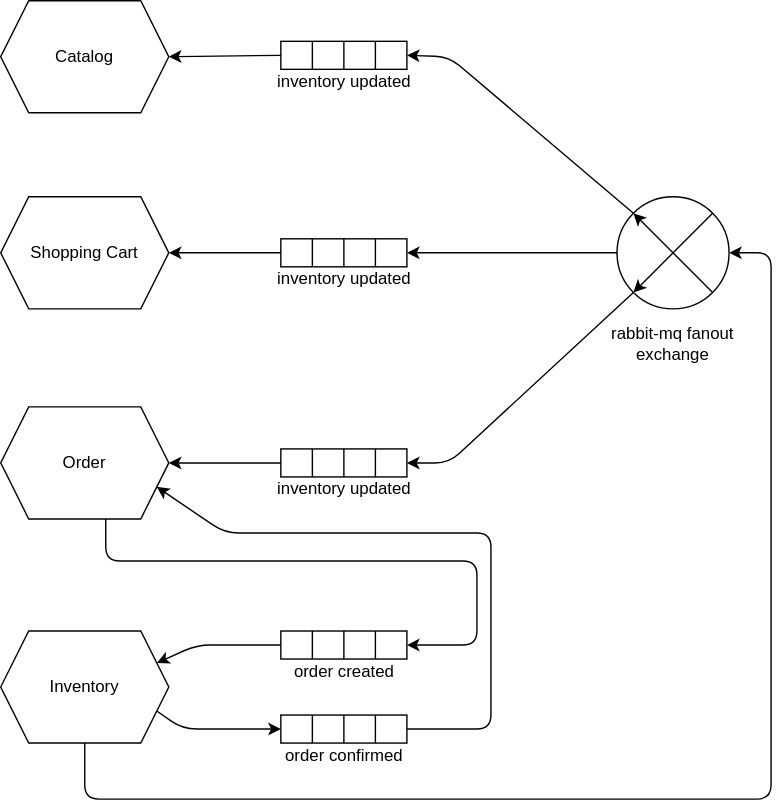
Before: hld/service-communication.svg, a diagram exported from draw.io (rd-raven/stirzz-design). Source tidied: cells renumbered, new cells last; positions are measured from the earlier drawing's top-left corner, leaving out a move shared by most shapes. Source of this version:
```xml
<mxGraphModel>
  <root>
    <mxCell id="0" />
    <mxCell id="1" parent="0" />
    <mxCell id="2" value="Catalog" style="shape=hexagon;perimeter=hexagonPerimeter2;whiteSpace=wrap;html=1;fixedSize=1;" parent="1" vertex="1">
      <mxGeometry width="120" height="80" as="geometry" />
    </mxCell>
    <mxCell id="3" value="Shopping Cart" style="shape=hexagon;perimeter=hexagonPerimeter2;whiteSpace=wrap;html=1;fixedSize=1;" parent="1" vertex="1">
      <mxGeometry y="140" width="120" height="80" as="geometry" />
    </mxCell>
    <mxCell id="4" value="Order" style="shape=hexagon;perimeter=hexagonPerimeter2;whiteSpace=wrap;html=1;fixedSize=1;" parent="1" vertex="1">
      <mxGeometry y="290" width="120" height="80" as="geometry" />
    </mxCell>
    <mxCell id="5" style="edgeStyle=none;html=1;exitX=1;exitY=0.75;exitDx=0;exitDy=0;entryX=0;entryY=0.5;entryDx=0;entryDy=0;" parent="1" edge="1" source="7" target="17">
      <mxGeometry relative="1" as="geometry">
        <Array as="points">
          <mxPoint x="130" y="520" />
        </Array>
      </mxGeometry>
    </mxCell>
    <mxCell id="6" style="edgeStyle=none;html=1;exitX=0.5;exitY=1;exitDx=0;exitDy=0;entryX=0;entryY=0.5;entryDx=0;entryDy=0;" parent="1" edge="1" source="7" target="50">
      <mxGeometry relative="1" as="geometry">
        <Array as="points">
          <mxPoint x="60" y="570" />
          <mxPoint x="550" y="570" />
          <mxPoint x="550" y="180" />
        </Array>
      </mxGeometry>
    </mxCell>
    <mxCell id="7" value="Inventory" style="shape=hexagon;perimeter=hexagonPerimeter2;whiteSpace=wrap;html=1;fixedSize=1;" parent="1" vertex="1">
      <mxGeometry y="450" width="120" height="80" as="geometry" />
    </mxCell>
    <mxCell id="8" style="group;" parent="1" vertex="1">
      <mxGeometry x="200" y="450" width="90" height="34" as="geometry" />
    </mxCell>
    <mxCell id="9" style="group;" parent="8" vertex="1">
      <mxGeometry width="90" height="20" as="geometry" />
    </mxCell>
    <mxCell id="10" style="rounded=0;whiteSpace=wrap;html=1;fillColor=none;" parent="9" vertex="1">
      <mxGeometry width="90" height="20" as="geometry" />
    </mxCell>
    <mxCell id="11" style="endArrow=none;html=1;rounded=0;entryX=0.25;entryY=0;entryDx=0;entryDy=0;exitX=0.25;exitY=1;exitDx=0;exitDy=0;" parent="9" edge="1" source="10" target="10">
      <mxGeometry relative="1" as="geometry" />
    </mxCell>
    <mxCell id="12" style="endArrow=none;html=1;rounded=0;entryX=0.5;entryY=0;entryDx=0;entryDy=0;exitX=0.5;exitY=1;exitDx=0;exitDy=0;" parent="9" edge="1" source="10" target="10">
      <mxGeometry relative="1" as="geometry" />
    </mxCell>
    <mxCell id="13" style="endArrow=none;html=1;rounded=0;entryX=0.75;entryY=0;entryDx=0;entryDy=0;exitX=0.75;exitY=1;exitDx=0;exitDy=0;" parent="9" edge="1" source="10" target="10">
      <mxGeometry relative="1" as="geometry" />
    </mxCell>
    <mxCell id="14" value="order created" style="text;html=1;strokeColor=none;fillColor=none;align=center;verticalAlign=middle;whiteSpace=wrap;rounded=0;" parent="8" vertex="1">
      <mxGeometry x="7.5" y="24" width="75" height="10" as="geometry" />
    </mxCell>
    <mxCell id="15" style="group;" parent="1" vertex="1">
      <mxGeometry x="198.5" y="510" width="92.5" height="34" as="geometry" />
    </mxCell>
    <mxCell id="16" style="group;" parent="15" vertex="1">
      <mxGeometry x="1.5" width="90" height="20" as="geometry" />
    </mxCell>
    <mxCell id="17" style="rounded=0;whiteSpace=wrap;html=1;fillColor=none;" parent="16" vertex="1">
      <mxGeometry width="90" height="20" as="geometry" />
    </mxCell>
    <mxCell id="18" style="endArrow=none;html=1;rounded=0;entryX=0.25;entryY=0;entryDx=0;entryDy=0;exitX=0.25;exitY=1;exitDx=0;exitDy=0;" parent="16" edge="1" source="17" target="17">
      <mxGeometry relative="1" as="geometry" />
    </mxCell>
    <mxCell id="19" style="endArrow=none;html=1;rounded=0;entryX=0.5;entryY=0;entryDx=0;entryDy=0;exitX=0.5;exitY=1;exitDx=0;exitDy=0;" parent="16" edge="1" source="17" target="17">
      <mxGeometry relative="1" as="geometry" />
    </mxCell>
    <mxCell id="20" style="endArrow=none;html=1;rounded=0;entryX=0.75;entryY=0;entryDx=0;entryDy=0;exitX=0.75;exitY=1;exitDx=0;exitDy=0;" parent="16" edge="1" source="17" target="17">
      <mxGeometry relative="1" as="geometry" />
    </mxCell>
    <mxCell id="21" value="order confirmed" style="text;html=1;strokeColor=none;fillColor=none;align=center;verticalAlign=middle;whiteSpace=wrap;rounded=0;" parent="15" vertex="1">
      <mxGeometry y="24" width="92.5" height="10" as="geometry" />
    </mxCell>
    <mxCell id="22" style="edgeStyle=none;html=1;exitX=0;exitY=0.5;exitDx=0;exitDy=0;entryX=1;entryY=0.25;entryDx=0;entryDy=0;" parent="1" edge="1" source="10" target="7">
      <mxGeometry relative="1" as="geometry">
        <Array as="points">
          <mxPoint x="140" y="460" />
        </Array>
      </mxGeometry>
    </mxCell>
    <mxCell id="23" style="edgeStyle=none;html=1;exitX=1;exitY=0.5;exitDx=0;exitDy=0;entryX=0.625;entryY=1;entryDx=0;entryDy=0;startArrow=classic;startFill=1;endArrow=none;endFill=0;" parent="1" edge="1" source="10" target="4">
      <mxGeometry relative="1" as="geometry">
        <Array as="points">
          <mxPoint x="340" y="460" />
          <mxPoint x="340" y="400" />
          <mxPoint x="75" y="400" />
        </Array>
      </mxGeometry>
    </mxCell>
    <mxCell id="24" style="edgeStyle=none;html=1;exitX=1;exitY=0.5;exitDx=0;exitDy=0;entryX=1;entryY=0.75;entryDx=0;entryDy=0;" parent="1" edge="1" source="17" target="4">
      <mxGeometry relative="1" as="geometry">
        <Array as="points">
          <mxPoint x="350" y="520" />
          <mxPoint x="350" y="380" />
          <mxPoint x="160" y="380" />
        </Array>
      </mxGeometry>
    </mxCell>
    <mxCell id="25" style="group;" parent="1" vertex="1">
      <mxGeometry x="193.5" y="170" width="102.5" height="34" as="geometry" />
    </mxCell>
    <mxCell id="26" style="group;" parent="25" vertex="1">
      <mxGeometry x="6.5" width="90" height="20" as="geometry" />
    </mxCell>
    <mxCell id="27" style="rounded=0;whiteSpace=wrap;html=1;fillColor=none;" parent="26" vertex="1">
      <mxGeometry width="90" height="20" as="geometry" />
    </mxCell>
    <mxCell id="28" style="endArrow=none;html=1;rounded=0;entryX=0.25;entryY=0;entryDx=0;entryDy=0;exitX=0.25;exitY=1;exitDx=0;exitDy=0;" parent="26" edge="1" source="27" target="27">
      <mxGeometry relative="1" as="geometry" />
    </mxCell>
    <mxCell id="29" style="endArrow=none;html=1;rounded=0;entryX=0.5;entryY=0;entryDx=0;entryDy=0;exitX=0.5;exitY=1;exitDx=0;exitDy=0;" parent="26" edge="1" source="27" target="27">
      <mxGeometry relative="1" as="geometry" />
    </mxCell>
    <mxCell id="30" style="endArrow=none;html=1;rounded=0;entryX=0.75;entryY=0;entryDx=0;entryDy=0;exitX=0.75;exitY=1;exitDx=0;exitDy=0;" parent="26" edge="1" source="27" target="27">
      <mxGeometry relative="1" as="geometry" />
    </mxCell>
    <mxCell id="31" value="inventory updated" style="text;html=1;strokeColor=none;fillColor=none;align=center;verticalAlign=middle;whiteSpace=wrap;rounded=0;" parent="25" vertex="1">
      <mxGeometry y="24" width="102.5" height="10" as="geometry" />
    </mxCell>
    <mxCell id="32" style="group;" parent="1" vertex="1">
      <mxGeometry x="193.5" y="320" width="102.5" height="34" as="geometry" />
    </mxCell>
    <mxCell id="33" style="group;" parent="32" vertex="1">
      <mxGeometry x="6.5" width="90" height="20" as="geometry" />
    </mxCell>
    <mxCell id="34" style="rounded=0;whiteSpace=wrap;html=1;fillColor=none;" parent="33" vertex="1">
      <mxGeometry width="90" height="20" as="geometry" />
    </mxCell>
    <mxCell id="35" style="endArrow=none;html=1;rounded=0;entryX=0.25;entryY=0;entryDx=0;entryDy=0;exitX=0.25;exitY=1;exitDx=0;exitDy=0;" parent="33" edge="1" source="34" target="34">
      <mxGeometry relative="1" as="geometry" />
    </mxCell>
    <mxCell id="36" style="endArrow=none;html=1;rounded=0;entryX=0.5;entryY=0;entryDx=0;entryDy=0;exitX=0.5;exitY=1;exitDx=0;exitDy=0;" parent="33" edge="1" source="34" target="34">
      <mxGeometry relative="1" as="geometry" />
    </mxCell>
    <mxCell id="37" style="endArrow=none;html=1;rounded=0;entryX=0.75;entryY=0;entryDx=0;entryDy=0;exitX=0.75;exitY=1;exitDx=0;exitDy=0;" parent="33" edge="1" source="34" target="34">
      <mxGeometry relative="1" as="geometry" />
    </mxCell>
    <mxCell id="38" value="inventory updated" style="text;html=1;strokeColor=none;fillColor=none;align=center;verticalAlign=middle;whiteSpace=wrap;rounded=0;" parent="32" vertex="1">
      <mxGeometry y="24" width="102.5" height="10" as="geometry" />
    </mxCell>
    <mxCell id="39" style="group;" parent="1" vertex="1">
      <mxGeometry x="193.5" y="29" width="102.5" height="34" as="geometry" />
    </mxCell>
    <mxCell id="40" style="group;" parent="39" vertex="1">
      <mxGeometry x="6.5" width="90" height="20" as="geometry" />
    </mxCell>
    <mxCell id="41" style="rounded=0;whiteSpace=wrap;html=1;fillColor=none;" parent="40" vertex="1">
      <mxGeometry width="90" height="20" as="geometry" />
    </mxCell>
    <mxCell id="42" style="endArrow=none;html=1;rounded=0;entryX=0.25;entryY=0;entryDx=0;entryDy=0;exitX=0.25;exitY=1;exitDx=0;exitDy=0;" parent="40" edge="1" source="41" target="41">
      <mxGeometry relative="1" as="geometry" />
    </mxCell>
    <mxCell id="43" style="endArrow=none;html=1;rounded=0;entryX=0.5;entryY=0;entryDx=0;entryDy=0;exitX=0.5;exitY=1;exitDx=0;exitDy=0;" parent="40" edge="1" source="41" target="41">
      <mxGeometry relative="1" as="geometry" />
    </mxCell>
    <mxCell id="44" style="endArrow=none;html=1;rounded=0;entryX=0.75;entryY=0;entryDx=0;entryDy=0;exitX=0.75;exitY=1;exitDx=0;exitDy=0;" parent="40" edge="1" source="41" target="41">
      <mxGeometry relative="1" as="geometry" />
    </mxCell>
    <mxCell id="45" value="inventory updated" style="text;html=1;strokeColor=none;fillColor=none;align=center;verticalAlign=middle;whiteSpace=wrap;rounded=0;" parent="39" vertex="1">
      <mxGeometry y="24" width="102.5" height="10" as="geometry" />
    </mxCell>
    <mxCell id="46" style="edgeStyle=none;html=1;exitX=0;exitY=0.5;exitDx=0;exitDy=0;entryX=1;entryY=0.5;entryDx=0;entryDy=0;" parent="1" edge="1" source="41" target="2">
      <mxGeometry relative="1" as="geometry" />
    </mxCell>
    <mxCell id="47" style="edgeStyle=none;html=1;exitX=0;exitY=0.5;exitDx=0;exitDy=0;entryX=1;entryY=0.5;entryDx=0;entryDy=0;" parent="1" edge="1" source="27" target="3">
      <mxGeometry relative="1" as="geometry" />
    </mxCell>
    <mxCell id="48" style="edgeStyle=none;html=1;exitX=0;exitY=0.5;exitDx=0;exitDy=0;entryX=1;entryY=0.5;entryDx=0;entryDy=0;" parent="1" edge="1" source="34" target="4">
      <mxGeometry relative="1" as="geometry" />
    </mxCell>
    <mxCell id="49" style="group;rotation=-180;" parent="1" vertex="1">
      <mxGeometry x="440" y="140" width="80" height="80" as="geometry" />
    </mxCell>
    <mxCell id="50" style="ellipse;whiteSpace=wrap;html=1;fillColor=none;rotation=-180;" parent="49" vertex="1">
      <mxGeometry width="80" height="80" as="geometry" />
    </mxCell>
    <mxCell id="51" style="endArrow=classic;html=1;rounded=0;entryX=1;entryY=0;entryDx=0;entryDy=0;exitX=0;exitY=1;exitDx=0;exitDy=0;" parent="49" edge="1" source="50" target="50">
      <mxGeometry relative="1" as="geometry" />
    </mxCell>
    <mxCell id="52" style="endArrow=classic;html=1;rounded=0;entryX=1;entryY=1;entryDx=0;entryDy=0;exitX=0;exitY=0;exitDx=0;exitDy=0;" parent="49" edge="1" source="50" target="50">
      <mxGeometry relative="1" as="geometry" />
    </mxCell>
    <mxCell id="53" style="edgeStyle=none;html=1;exitX=1;exitY=1;exitDx=0;exitDy=0;entryX=1;entryY=0.5;entryDx=0;entryDy=0;" parent="1" edge="1" source="50" target="41">
      <mxGeometry relative="1" as="geometry">
        <Array as="points">
          <mxPoint x="320" y="40" />
        </Array>
      </mxGeometry>
    </mxCell>
    <mxCell id="54" style="edgeStyle=none;html=1;exitX=1;exitY=0.5;exitDx=0;exitDy=0;entryX=1;entryY=0.5;entryDx=0;entryDy=0;" parent="1" edge="1" source="50" target="27">
      <mxGeometry relative="1" as="geometry" />
    </mxCell>
    <mxCell id="55" style="edgeStyle=none;html=1;exitX=1;exitY=0;exitDx=0;exitDy=0;entryX=1;entryY=0.5;entryDx=0;entryDy=0;" parent="1" edge="1" source="50" target="34">
      <mxGeometry relative="1" as="geometry">
        <Array as="points">
          <mxPoint x="320" y="330" />
        </Array>
      </mxGeometry>
    </mxCell>
    <mxCell id="56" value="rabbit-mq fanout exchange" style="text;html=1;strokeColor=none;fillColor=none;align=center;verticalAlign=middle;whiteSpace=wrap;rounded=0;" parent="1" vertex="1">
      <mxGeometry x="435" y="230" width="90" height="30" as="geometry" />
    </mxCell>
  </root>
</mxGraphModel>
```
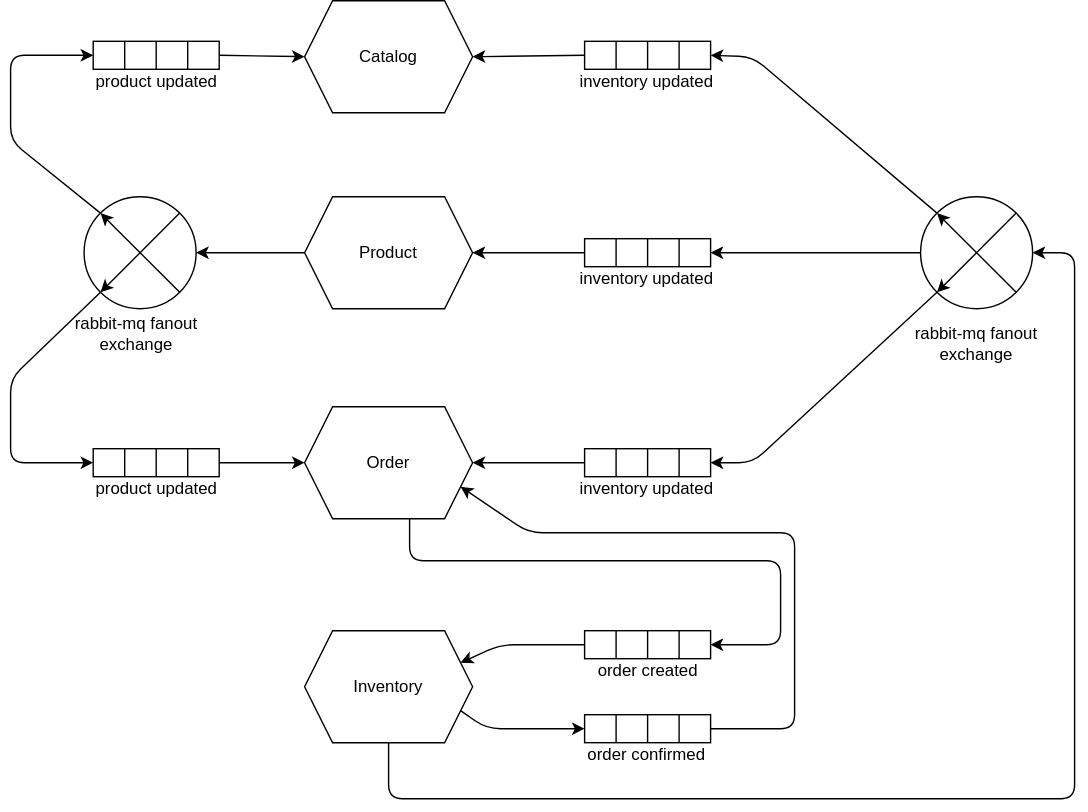
After the commit.

Commit message:
Update Service Communication (#8)

* update service communication

Change to the diagram source:
```diff
@@ -5,7 +5,10 @@
     <mxCell id="2" value="Catalog" style="shape=hexagon;perimeter=hexagonPerimeter2;whiteSpace=wrap;html=1;fixedSize=1;" parent="1" vertex="1">
       <mxGeometry width="120" height="80" as="geometry" />
     </mxCell>
+    <mxCell id="57" style="edgeStyle=none;html=1;exitX=0;exitY=0.5;exitDx=0;exitDy=0;entryX=0;entryY=0.5;entryDx=0;entryDy=0;" parent="1" edge="1" source="3" target="73">
+      <mxGeometry relative="1" as="geometry" />
+    </mxCell>
-    <mxCell id="3" value="Shopping Cart" style="shape=hexagon;perimeter=hexagonPerimeter2;whiteSpace=wrap;html=1;fixedSize=1;" parent="1" vertex="1">
+    <mxCell id="3" value="Product" style="shape=hexagon;perimeter=hexagonPerimeter2;whiteSpace=wrap;html=1;fixedSize=1;" parent="1" vertex="1">
       <mxGeometry y="140" width="120" height="80" as="geometry" />
     </mxCell>
     <mxCell id="4" value="Order" style="shape=hexagon;perimeter=hexagonPerimeter2;whiteSpace=wrap;html=1;fixedSize=1;" parent="1" vertex="1">
@@ -201,5 +204,84 @@
     <mxCell id="56" value="rabbit-mq fanout exchange" style="text;html=1;strokeColor=none;fillColor=none;align=center;verticalAlign=middle;whiteSpace=wrap;rounded=0;" parent="1" vertex="1">
       <mxGeometry x="435" y="230" width="90" height="30" as="geometry" />
     </mxCell>
+    <mxCell id="58" style="group;" parent="1" vertex="1">
+      <mxGeometry x="-157.5" y="29" width="102.5" height="34" as="geometry" />
+    </mxCell>
+    <mxCell id="59" style="group;" parent="58" vertex="1">
+      <mxGeometry x="6.5" width="90" height="20" as="geometry" />
+    </mxCell>
+    <mxCell id="60" style="rounded=0;whiteSpace=wrap;html=1;fillColor=none;" parent="59" vertex="1">
+      <mxGeometry width="90" height="20" as="geometry" />
+    </mxCell>
+    <mxCell id="61" style="endArrow=none;html=1;rounded=0;entryX=0.25;entryY=0;entryDx=0;entryDy=0;exitX=0.25;exitY=1;exitDx=0;exitDy=0;" parent="59" edge="1" source="60" target="60">
+      <mxGeometry relative="1" as="geometry" />
+    </mxCell>
+    <mxCell id="62" style="endArrow=none;html=1;rounded=0;entryX=0.5;entryY=0;entryDx=0;entryDy=0;exitX=0.5;exitY=1;exitDx=0;exitDy=0;" parent="59" edge="1" source="60" target="60">
+      <mxGeometry relative="1" as="geometry" />
+    </mxCell>
+    <mxCell id="63" style="endArrow=none;html=1;rounded=0;entryX=0.75;entryY=0;entryDx=0;entryDy=0;exitX=0.75;exitY=1;exitDx=0;exitDy=0;" parent="59" edge="1" source="60" target="60">
+      <mxGeometry relative="1" as="geometry" />
+    </mxCell>
+    <mxCell id="64" value="product updated" style="text;html=1;strokeColor=none;fillColor=none;align=center;verticalAlign=middle;whiteSpace=wrap;rounded=0;" parent="58" vertex="1">
+      <mxGeometry y="24" width="102.5" height="10" as="geometry" />
+    </mxCell>
+    <mxCell id="65" style="group;" parent="1" vertex="1">
+      <mxGeometry x="-157.5" y="320" width="102.5" height="34" as="geometry" />
+    </mxCell>
+    <mxCell id="66" style="group;" parent="65" vertex="1">
+      <mxGeometry x="6.5" width="90" height="20" as="geometry" />
+    </mxCell>
+    <mxCell id="67" style="rounded=0;whiteSpace=wrap;html=1;fillColor=none;" parent="66" vertex="1">
+      <mxGeometry width="90" height="20" as="geometry" />
+    </mxCell>
+    <mxCell id="68" style="endArrow=none;html=1;rounded=0;entryX=0.25;entryY=0;entryDx=0;entryDy=0;exitX=0.25;exitY=1;exitDx=0;exitDy=0;" parent="66" edge="1" source="67" target="67">
+      <mxGeometry relative="1" as="geometry" />
+    </mxCell>
+    <mxCell id="69" style="endArrow=none;html=1;rounded=0;entryX=0.5;entryY=0;entryDx=0;entryDy=0;exitX=0.5;exitY=1;exitDx=0;exitDy=0;" parent="66" edge="1" source="67" target="67">
+      <mxGeometry relative="1" as="geometry" />
+    </mxCell>
+    <mxCell id="70" style="endArrow=none;html=1;rounded=0;entryX=0.75;entryY=0;entryDx=0;entryDy=0;exitX=0.75;exitY=1;exitDx=0;exitDy=0;" parent="66" edge="1" source="67" target="67">
+      <mxGeometry relative="1" as="geometry" />
+    </mxCell>
+    <mxCell id="71" value="product updated" style="text;html=1;strokeColor=none;fillColor=none;align=center;verticalAlign=middle;whiteSpace=wrap;rounded=0;" parent="65" vertex="1">
+      <mxGeometry y="24" width="102.5" height="10" as="geometry" />
+    </mxCell>
+    <mxCell id="72" style="group;rotation=-180;" parent="1" vertex="1">
+      <mxGeometry x="-157.5" y="140" width="80" height="80" as="geometry" />
+    </mxCell>
+    <mxCell id="73" style="ellipse;whiteSpace=wrap;html=1;fillColor=none;rotation=-180;" parent="72" vertex="1">
+      <mxGeometry width="80" height="80" as="geometry" />
+    </mxCell>
+    <mxCell id="74" style="endArrow=classic;html=1;rounded=0;entryX=1;entryY=0;entryDx=0;entryDy=0;exitX=0;exitY=1;exitDx=0;exitDy=0;" parent="72" edge="1" source="73" target="73">
+      <mxGeometry relative="1" as="geometry" />
+    </mxCell>
+    <mxCell id="75" style="endArrow=classic;html=1;rounded=0;entryX=1;entryY=1;entryDx=0;entryDy=0;exitX=0;exitY=0;exitDx=0;exitDy=0;" parent="72" edge="1" source="73" target="73">
+      <mxGeometry relative="1" as="geometry" />
+    </mxCell>
+    <mxCell id="76" value="rabbit-mq fanout exchange" style="text;html=1;strokeColor=none;fillColor=none;align=center;verticalAlign=middle;whiteSpace=wrap;rounded=0;" parent="1" vertex="1">
+      <mxGeometry x="-165" y="223" width="90" height="30" as="geometry" />
+    </mxCell>
+    <mxCell id="77" style="edgeStyle=none;html=1;exitX=1;exitY=1;exitDx=0;exitDy=0;entryX=0;entryY=0.5;entryDx=0;entryDy=0;" parent="1" edge="1" source="73" target="60">
+      <mxGeometry relative="1" as="geometry">
+        <Array as="points">
+          <mxPoint x="-210" y="100" />
+          <mxPoint x="-210" y="39" />
+        </Array>
+      </mxGeometry>
+    </mxCell>
+    <mxCell id="78" style="edgeStyle=none;html=1;exitX=1;exitY=0;exitDx=0;exitDy=0;entryX=0;entryY=0.5;entryDx=0;entryDy=0;" parent="1" edge="1" source="73" target="67">
+      <mxGeometry relative="1" as="geometry">
+        <Array as="points">
+          <mxPoint x="-210" y="270" />
+          <mxPoint x="-210" y="330" />
+        </Array>
+      </mxGeometry>
+    </mxCell>
+    <mxCell id="79" style="edgeStyle=none;html=1;exitX=1;exitY=0.5;exitDx=0;exitDy=0;entryX=0;entryY=0.5;entryDx=0;entryDy=0;" parent="1" edge="1" source="60" target="2">
+      <mxGeometry relative="1" as="geometry" />
+    </mxCell>
+    <mxCell id="80" style="edgeStyle=none;html=1;exitX=1;exitY=0.5;exitDx=0;exitDy=0;entryX=0;entryY=0.5;entryDx=0;entryDy=0;" parent="1" edge="1" source="67" target="4">
+      <mxGeometry relative="1" as="geometry" />
+    </mxCell>
   </root>
 </mxGraphModel>
```
